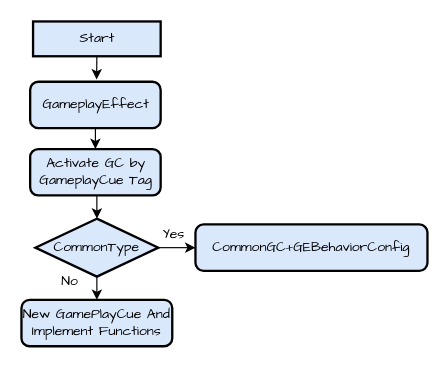
This is 数据化驱动GE配置.drawio from timesdaughter/RayTracing, a draw.io file, before an edit. Source tidied: cells renumbered, new cells numbered last; positions are measured from the earlier drawing's top-left corner, leaving out a move shared by most shapes. Both pictures are drawn from the tidied source at 116%, with x=0, y=0 at pixel (21, 21).
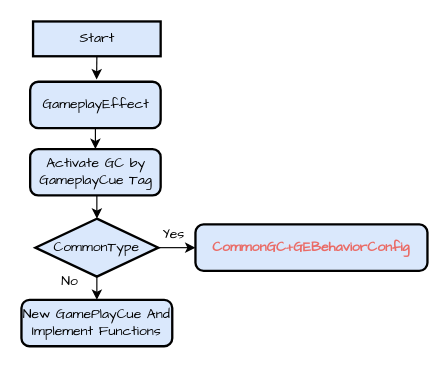
Above is the later version.

Commit message (it also covers changes not shown here):
更新数据化驱动GE配置.drawio

Change to the diagram source:
```diff
@@
 <mxGraphModel>
   <root>
     <mxCell id="0" />
     <mxCell id="1" parent="0" />
     <mxCell id="2" style="edgeStyle=orthogonalEdgeStyle;rounded=0;sketch=0;hachureGap=4;jiggle=2;curveFitting=1;jettySize=auto;html=1;exitX=0.5;exitY=1;exitDx=0;exitDy=0;fontFamily=Architects Daughter;fontSize=12;" parent="1" edge="1" source="3">
       <mxGeometry relative="1" as="geometry">
         <mxPoint x="64.8" y="50" as="targetPoint" />
       </mxGeometry>
     </mxCell>
     <mxCell id="3" value="Start" style="html=1;hachureGap=4;fontFamily=Architects Daughter;fontSize=12;fillColor=#dae8fc;strokeColor=#000000;strokeWidth=2;" parent="1" vertex="1">
       <mxGeometry x="10" width="110" height="30" as="geometry" />
     </mxCell>
     <mxCell id="4" style="edgeStyle=orthogonalEdgeStyle;rounded=0;sketch=0;hachureGap=4;jiggle=2;curveFitting=1;jettySize=auto;html=1;exitX=0.5;exitY=1;exitDx=0;exitDy=0;fontFamily=Architects Daughter;fontSize=12;entryX=0.5;entryY=0;entryDx=0;entryDy=0;" parent="1" edge="1" source="5" target="7">
       <mxGeometry relative="1" as="geometry" />
     </mxCell>
     <mxCell id="5" value="GameplayEffect" style="rounded=1;whiteSpace=wrap;html=1;absoluteArcSize=1;arcSize=14;strokeWidth=2;sketch=0;hachureGap=4;jiggle=2;curveFitting=1;fontFamily=Architects Daughter;fontSize=12;fillColor=#dae8fc;strokeColor=#000000;" parent="1" vertex="1">
       <mxGeometry x="7.5" y="52" width="112.5" height="40" as="geometry" />
     </mxCell>
     <mxCell id="6" style="edgeStyle=orthogonalEdgeStyle;rounded=0;sketch=0;hachureGap=4;jiggle=2;curveFitting=1;jettySize=auto;html=1;exitX=0.5;exitY=1;exitDx=0;exitDy=0;entryX=0.5;entryY=0;entryDx=0;entryDy=0;entryPerimeter=0;fontFamily=Architects Daughter;fontSize=12;" parent="1" edge="1" source="7" target="10">
       <mxGeometry relative="1" as="geometry" />
     </mxCell>
     <mxCell id="7" value="Activate GC by GameplayCue Tag" style="rounded=1;whiteSpace=wrap;html=1;absoluteArcSize=1;arcSize=14;strokeWidth=2;sketch=0;hachureGap=4;jiggle=2;curveFitting=1;fontFamily=Architects Daughter;fontSize=12;fillColor=#dae8fc;strokeColor=#000000;" parent="1" vertex="1">
       <mxGeometry x="7.5" y="110" width="112.5" height="40" as="geometry" />
     </mxCell>
     <mxCell id="8" style="edgeStyle=orthogonalEdgeStyle;rounded=0;sketch=0;hachureGap=4;jiggle=2;curveFitting=1;jettySize=auto;html=1;exitX=0.5;exitY=1;exitDx=0;exitDy=0;exitPerimeter=0;fontFamily=Architects Daughter;fontSize=12;" parent="1" edge="1" source="10">
       <mxGeometry relative="1" as="geometry">
         <mxPoint x="65" y="240" as="targetPoint" />
       </mxGeometry>
     </mxCell>
     <mxCell id="9" style="edgeStyle=orthogonalEdgeStyle;rounded=0;sketch=0;hachureGap=4;jiggle=2;curveFitting=1;jettySize=auto;html=1;exitX=1;exitY=0.5;exitDx=0;exitDy=0;exitPerimeter=0;fontFamily=Architects Daughter;fontSize=12;" parent="1" edge="1" source="10">
       <mxGeometry relative="1" as="geometry">
         <mxPoint x="150" y="194.8" as="targetPoint" />
       </mxGeometry>
     </mxCell>
     <mxCell id="10" value="CommonType" style="strokeWidth=2;html=1;shape=mxgraph.flowchart.decision;whiteSpace=wrap;sketch=0;hachureGap=4;jiggle=2;curveFitting=1;fontFamily=Architects Daughter;fontSize=12;fillColor=#dae8fc;strokeColor=#000000;" parent="1" vertex="1">
       <mxGeometry x="12" y="170" width="106" height="50" as="geometry" />
     </mxCell>
     <mxCell id="11" value="New GamePlayCue And Implement Functions" style="rounded=1;whiteSpace=wrap;html=1;absoluteArcSize=1;arcSize=14;strokeWidth=2;sketch=0;hachureGap=4;jiggle=2;curveFitting=1;fontFamily=Architects Daughter;fontSize=12;fillColor=#dae8fc;strokeColor=#000000;" parent="1" vertex="1">
       <mxGeometry y="240" width="130" height="40" as="geometry" />
     </mxCell>
     <mxCell id="12" value="No" style="text;html=1;strokeColor=none;fillColor=none;align=center;verticalAlign=middle;whiteSpace=wrap;rounded=0;fontSize=12;fontFamily=Architects Daughter;" parent="1" vertex="1">
       <mxGeometry x="12" y="210" width="60" height="30" as="geometry" />
     </mxCell>
     <mxCell id="13" value="&lt;div style=&quot;text-align: center;&quot;&gt;&lt;span style=&quot;background-color: initial;&quot;&gt;Yes&lt;/span&gt;&lt;/div&gt;" style="text;whiteSpace=wrap;html=1;fontSize=12;fontFamily=Architects Daughter;" parent="1" vertex="1">
       <mxGeometry x="120" y="170" width="50" height="40" as="geometry" />
     </mxCell>
-    <mxCell id="14" value="CommonGC+GEBehaviorConfig" style="rounded=1;whiteSpace=wrap;html=1;absoluteArcSize=1;arcSize=14;strokeWidth=2;sketch=0;hachureGap=4;jiggle=2;curveFitting=1;fontFamily=Architects Daughter;fontSize=12;fillColor=#dae8fc;strokeColor=#000000;" parent="1" vertex="1">
+    <mxCell id="14" value="&lt;font color=&quot;#ea6b66&quot;&gt;&lt;b&gt;CommonGC+GEBehaviorConfig&lt;/b&gt;&lt;/font&gt;" style="rounded=1;whiteSpace=wrap;html=1;absoluteArcSize=1;arcSize=14;strokeWidth=2;sketch=0;hachureGap=4;jiggle=2;curveFitting=1;fontFamily=Architects Daughter;fontSize=12;fillColor=#dae8fc;strokeColor=#000000;" parent="1" vertex="1">
       <mxGeometry x="150" y="175" width="200" height="40" as="geometry" />
     </mxCell>
   </root>
 </mxGraphModel>
```
